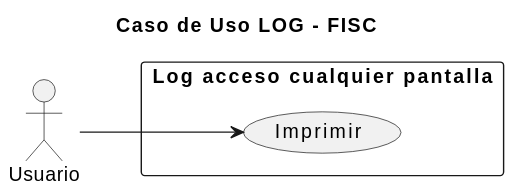
The PlantUML diagram imagenes/casosDeUso/CasoUsoLog.svg in mmasias/23-24-IdSw1-SDR, before a commit.
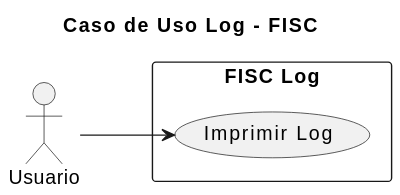
The same file after the commit.

Change to the diagram source:
```diff
@@ -1,14 +1,13 @@
 @startuml
-title Caso de Uso LOG - FISC
+title Caso de Uso Log - FISC
 
 left to right direction
 
 actor Usuario as user
 
-
-rectangle "Log acceso cualquier pantalla" {
-    usecase "Imprimir" as log
+rectangle "FISC Log" {
+    usecase "Imprimir Log" as imprimirLog
 }
 
-user --> log
+user --> imprimirLog : ""
 @enduml
```
